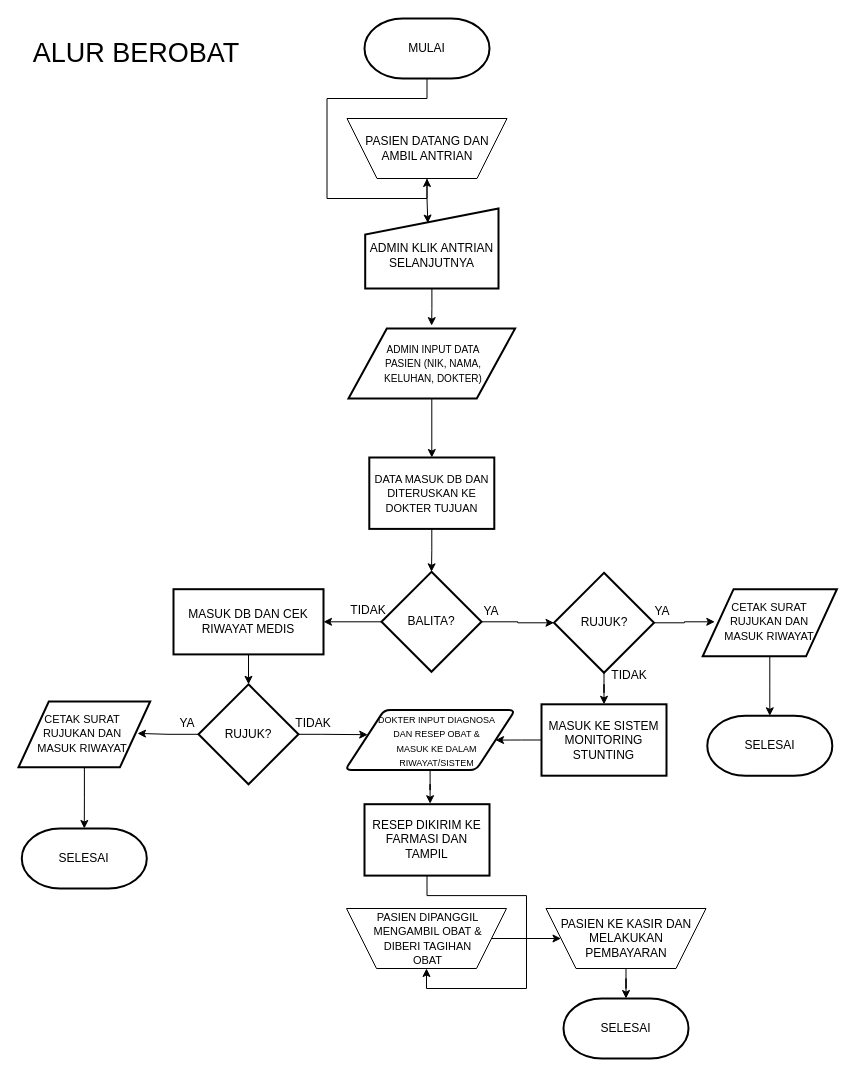
The draw.io diagram Alur Utama.drawio in TekajeClass/flowchart-stuntkes, before the edit. Source tidied: cells renumbered, new cells numbered last; positions are measured from the earlier drawing's top-left corner, leaving out a move shared by most shapes. Both pictures are drawn from the tidied source at 100%, with x=0, y=0 at pixel (18, 18).
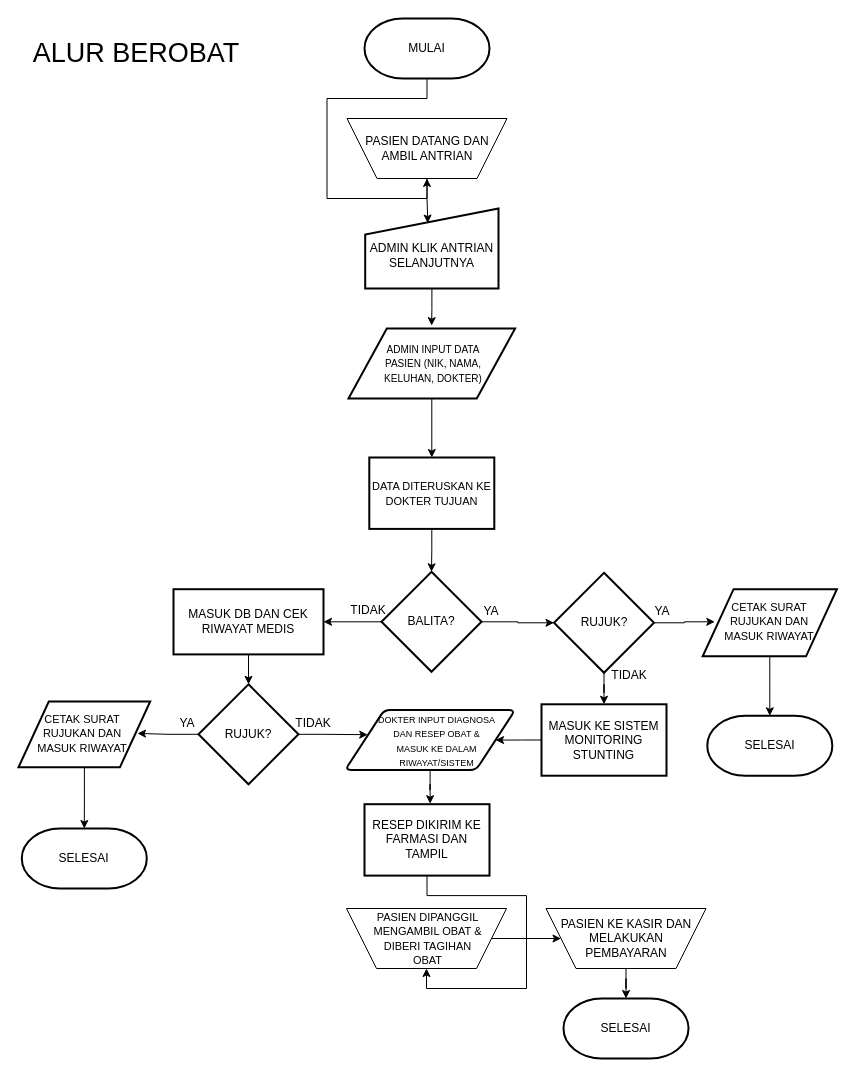
Above is the later version.

What changed in the source:
```diff
@@
-    <mxCell id="6" value="&lt;font style=&quot;font-size: 11px;&quot;&gt;DATA MASUK DB DAN DITERUSKAN KE DOKTER TUJUAN&lt;/font&gt;" style="rounded=1;whiteSpace=wrap;html=1;absoluteArcSize=1;arcSize=0;strokeWidth=2;" parent="1" vertex="1">
+    <mxCell id="6" value="&lt;font style=&quot;font-size: 11px;&quot;&gt;DATA DITERUSKAN KE DOKTER TUJUAN&lt;/font&gt;" style="rounded=1;whiteSpace=wrap;html=1;absoluteArcSize=1;arcSize=0;strokeWidth=2;" parent="1" vertex="1">
       <mxGeometry x="350.8" y="439" width="125" height="71.4" as="geometry" />
     </mxCell>
```
